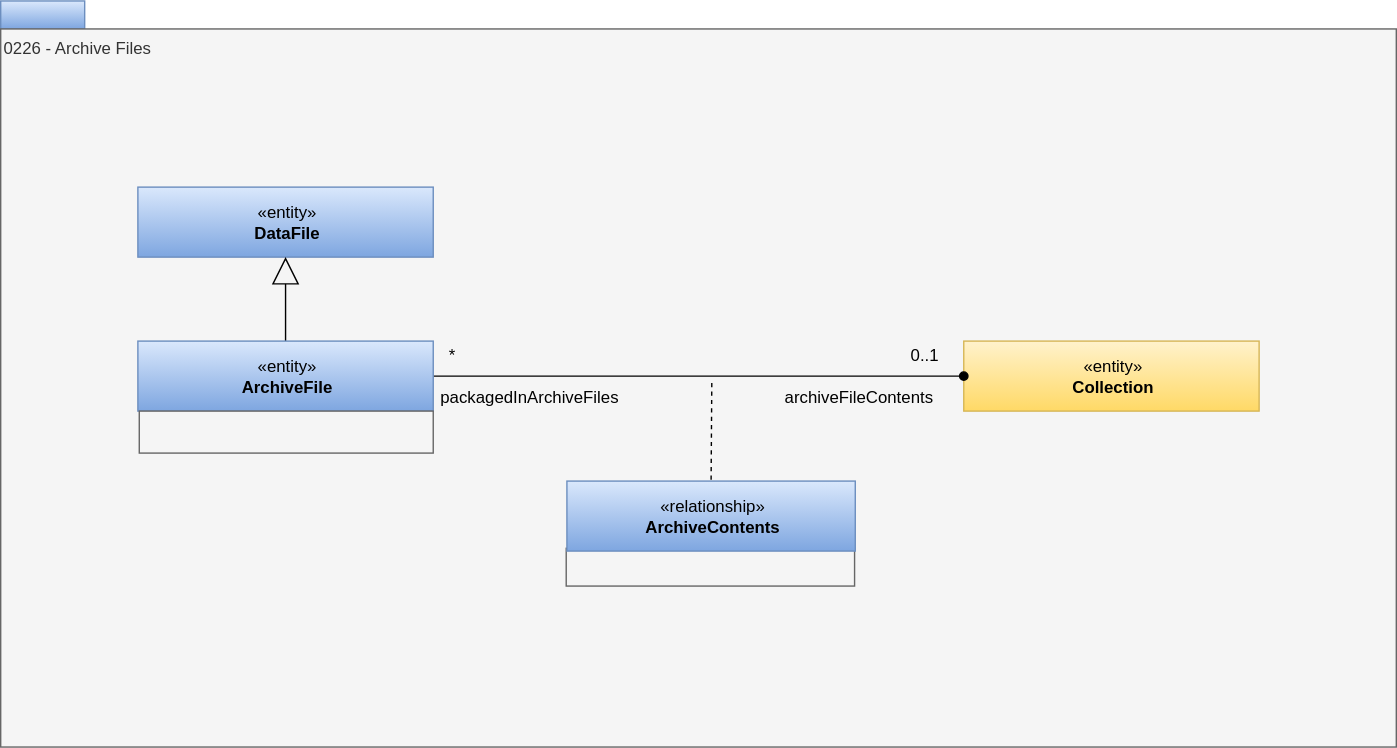
Before: site/docs/types/2/0226-Archive-Files.svg, a diagram exported from draw.io (odpi/egeria-docs). Source tidied: cells renumbered, new cells last; positions are measured from the earlier drawing's top-left corner, leaving out a move shared by most shapes.
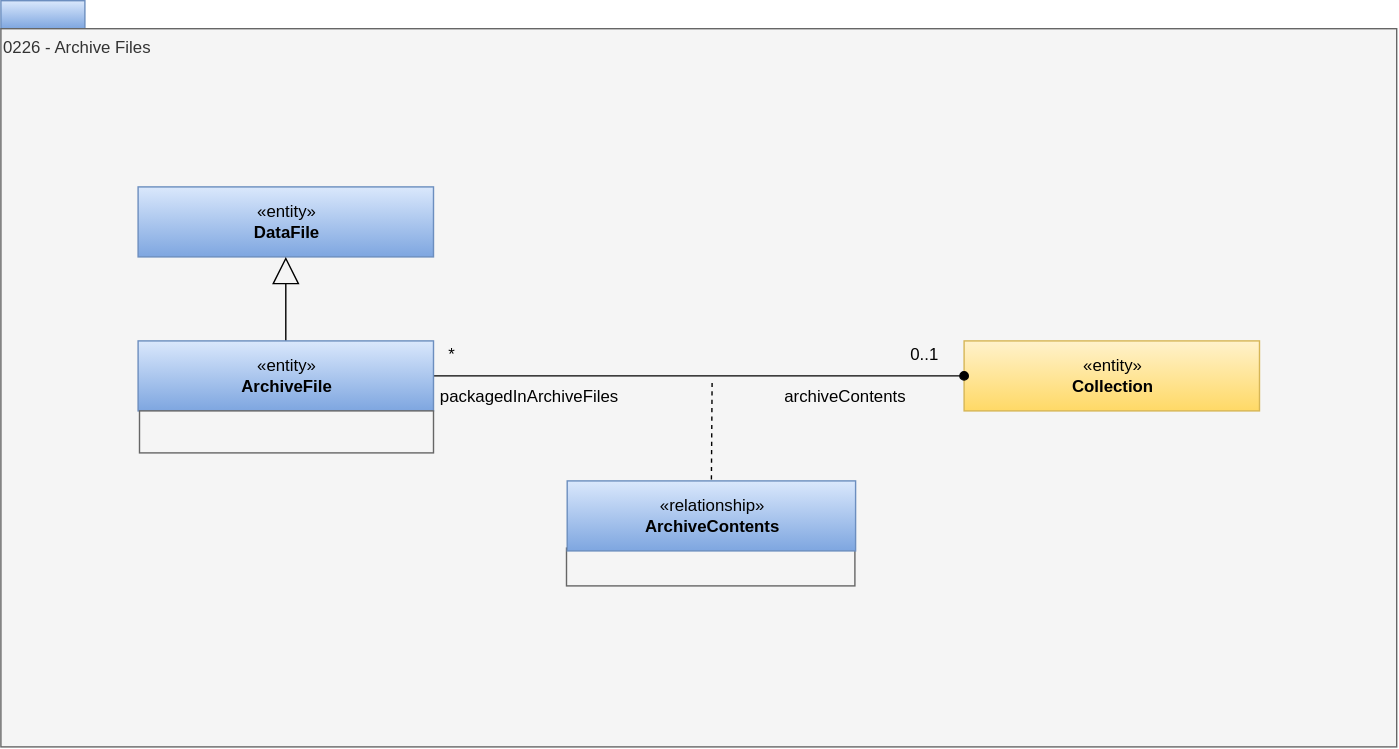
After the commit.

What changed in the source:
```diff
@@ -1,52 +1,52 @@
 <mxGraphModel>
   <root>
-    <mxCell id="0" />
-    <mxCell id="1" parent="0" />
+    <mxCell id="17" />
+    <mxCell id="18" parent="17" />
-    <mxCell id="2" style="rounded=0;whiteSpace=wrap;html=1;align=left;fillColor=#dae8fc;strokeColor=#6c8ebf;gradientColor=#7ea6e0;" parent="1" vertex="1">
+    <mxCell id="2" style="rounded=0;whiteSpace=wrap;html=1;align=left;fillColor=#dae8fc;strokeColor=#6c8ebf;gradientColor=#7ea6e0;" parent="18" vertex="1">
       <mxGeometry width="60" height="20" as="geometry" />
     </mxCell>
-    <mxCell id="3" value="0226 - Archive Files" style="rounded=0;whiteSpace=wrap;html=1;align=left;verticalAlign=top;fillColor=#f5f5f5;fontColor=#333333;strokeColor=#666666;" parent="1" vertex="1">
+    <mxCell id="3" value="0226 - Archive Files" style="rounded=0;whiteSpace=wrap;html=1;align=left;verticalAlign=top;fillColor=#f5f5f5;fontColor=#333333;strokeColor=#666666;" parent="18" vertex="1">
       <mxGeometry y="20" width="997" height="513" as="geometry" />
     </mxCell>
-    <mxCell id="4" style="endArrow=none;dashed=1;html=1;entryX=0.5;entryY=0;entryDx=0;entryDy=0;" parent="1" edge="1" target="6">
-      <mxGeometry relative="1" as="geometry">
-        <mxPoint x="508" y="273" as="sourcePoint" />
-      </mxGeometry>
-    </mxCell>
+    <mxCell id="19" style="endArrow=none;dashed=1;html=1;entryX=0.5;entryY=0;entryDx=0;entryDy=0;" parent="18" edge="1" target="6">
+      <mxGeometry relative="1" as="geometry">
+        <mxPoint x="508" y="273" as="sourcePoint" />
+      </mxGeometry>
+    </mxCell>
-    <mxCell id="5" style="rounded=0;whiteSpace=wrap;html=1;strokeColor=#666666;align=left;fillColor=#f5f5f5;fontColor=#333333;" parent="1" vertex="1">
+    <mxCell id="5" style="rounded=0;whiteSpace=wrap;html=1;strokeColor=#666666;align=left;fillColor=#f5f5f5;fontColor=#333333;" parent="18" vertex="1">
       <mxGeometry x="404" y="391" width="206" height="27" as="geometry" />
     </mxCell>
-    <mxCell id="6" value="«relationship»&lt;br&gt;&lt;b&gt;ArchiveContents&lt;/b&gt;" style="html=1;strokeColor=#6c8ebf;align=center;fillColor=#dae8fc;gradientColor=#7ea6e0;" parent="1" vertex="1">
+    <mxCell id="6" value="«relationship»&lt;br&gt;&lt;b&gt;ArchiveContents&lt;/b&gt;" style="html=1;strokeColor=#6c8ebf;align=center;fillColor=#dae8fc;gradientColor=#7ea6e0;" parent="18" vertex="1">
       <mxGeometry x="404.5" y="343" width="206" height="50" as="geometry" />
     </mxCell>
-    <mxCell id="7" value="packagedInArchiveFiles" style="text;html=1;align=left;verticalAlign=top;spacingTop=-4;" parent="1" vertex="1">
+    <mxCell id="7" value="packagedInArchiveFiles" style="text;html=1;align=left;verticalAlign=top;spacingTop=-4;" parent="18" vertex="1">
       <mxGeometry x="312" y="273" width="150" height="20" as="geometry" />
     </mxCell>
-    <mxCell id="8" value="*" style="text;html=1;align=left;verticalAlign=top;spacingTop=-4;" parent="1" vertex="1">
+    <mxCell id="8" value="*" style="text;html=1;align=left;verticalAlign=top;spacingTop=-4;" parent="18" vertex="1">
       <mxGeometry x="318" y="243" width="30" height="20" as="geometry" />
     </mxCell>
-    <mxCell id="9" value="archiveFileContents" style="text;html=1;align=left;verticalAlign=top;spacingTop=-4;" parent="1" vertex="1">
-      <mxGeometry x="558" y="273" width="130" height="20" as="geometry" />
-    </mxCell>
+    <mxCell id="20" value="archiveContents" style="text;html=1;align=left;verticalAlign=top;spacingTop=-4;" parent="18" vertex="1">
+      <mxGeometry x="558" y="273" width="130" height="20" as="geometry" />
+    </mxCell>
-    <mxCell id="10" value="0..1" style="text;html=1;align=left;verticalAlign=top;spacingTop=-4;" parent="1" vertex="1">
+    <mxCell id="10" value="0..1" style="text;html=1;align=left;verticalAlign=top;spacingTop=-4;" parent="18" vertex="1">
       <mxGeometry x="648" y="243" width="40" height="20" as="geometry" />
     </mxCell>
-    <mxCell id="11" value="«entity»&lt;br&gt;&lt;b&gt;Collection&lt;/b&gt;" style="html=1;strokeColor=#d6b656;align=center;fillColor=#fff2cc;gradientColor=#ffd966;" parent="1" vertex="1">
+    <mxCell id="11" value="«entity»&lt;br&gt;&lt;b&gt;Collection&lt;/b&gt;" style="html=1;strokeColor=#d6b656;align=center;fillColor=#fff2cc;gradientColor=#ffd966;" parent="18" vertex="1">
       <mxGeometry x="688" y="243" width="211" height="50" as="geometry" />
     </mxCell>
-    <mxCell id="12" style="edgeStyle=orthogonalEdgeStyle;rounded=0;jettySize=auto;html=1;entryX=0;entryY=0.5;entryDx=0;entryDy=0;endArrow=oval;endFill=1;exitX=1;exitY=0.5;exitDx=0;exitDy=0;" parent="1" edge="1" source="15" target="11">
+    <mxCell id="12" style="edgeStyle=orthogonalEdgeStyle;rounded=0;jettySize=auto;html=1;entryX=0;entryY=0.5;entryDx=0;entryDy=0;endArrow=oval;endFill=1;exitX=1;exitY=0.5;exitDx=0;exitDy=0;" parent="18" edge="1" source="15" target="11">
       <mxGeometry relative="1" as="geometry" />
     </mxCell>
-    <mxCell id="13" value="«entity»&lt;br&gt;&lt;b&gt;DataFile&lt;/b&gt;" style="html=1;strokeColor=#6c8ebf;align=center;fillColor=#dae8fc;gradientColor=#7ea6e0;" parent="1" vertex="1">
+    <mxCell id="13" value="«entity»&lt;br&gt;&lt;b&gt;DataFile&lt;/b&gt;" style="html=1;strokeColor=#6c8ebf;align=center;fillColor=#dae8fc;gradientColor=#7ea6e0;" parent="18" vertex="1">
       <mxGeometry x="98" y="133" width="211" height="50" as="geometry" />
     </mxCell>
-    <mxCell id="14" style="edgeStyle=orthogonalEdgeStyle;rounded=0;jettySize=auto;html=1;exitX=0.5;exitY=0;exitDx=0;exitDy=0;endArrow=block;endFill=0;endSize=17;" parent="1" edge="1" source="15" target="13">
+    <mxCell id="14" style="edgeStyle=orthogonalEdgeStyle;rounded=0;jettySize=auto;html=1;exitX=0.5;exitY=0;exitDx=0;exitDy=0;endArrow=block;endFill=0;endSize=17;entryX=0.5;entryY=1;entryDx=0;entryDy=0;" parent="18" edge="1" source="15" target="13">
       <mxGeometry relative="1" as="geometry" />
     </mxCell>
-    <mxCell id="15" value="«entity»&lt;br&gt;&lt;b&gt;ArchiveFile&lt;/b&gt;" style="html=1;strokeColor=#6c8ebf;align=center;fillColor=#dae8fc;gradientColor=#7ea6e0;" parent="1" vertex="1">
+    <mxCell id="15" value="«entity»&lt;br&gt;&lt;b&gt;ArchiveFile&lt;/b&gt;" style="html=1;strokeColor=#6c8ebf;align=center;fillColor=#dae8fc;gradientColor=#7ea6e0;" parent="18" vertex="1">
       <mxGeometry x="98" y="243" width="211" height="50" as="geometry" />
     </mxCell>
-    <mxCell id="16" style="rounded=0;whiteSpace=wrap;html=1;strokeColor=#666666;align=left;fillColor=#f5f5f5;fontColor=#333333;" parent="1" vertex="1">
+    <mxCell id="16" style="rounded=0;whiteSpace=wrap;html=1;strokeColor=#666666;align=left;fillColor=#f5f5f5;fontColor=#333333;" parent="18" vertex="1">
       <mxGeometry x="99" y="293" width="210" height="30" as="geometry" />
     </mxCell>
   </root>
```
